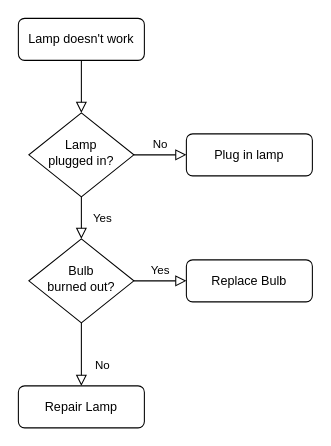
AzharBadri05/porto keeps this draw.io diagram as asset/Diagram Tanpa Judul.drawio. Above is the earlier version. Source tidied: cells renumbered, new cells numbered last; positions are measured from the earlier drawing's top-left corner, leaving out a move shared by most shapes. Both pictures are drawn from the tidied source at 105%, with x=0, y=0 at pixel (18, 18).
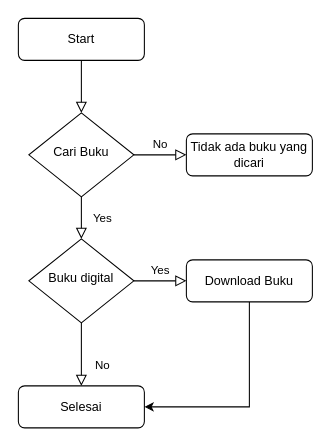
Above is the later version.

Change to the diagram source:
```diff
@@
 <mxGraphModel>
   <root>
     <mxCell id="0" />
     <mxCell id="1" parent="0" />
     <mxCell id="2" style="rounded=0;html=1;jettySize=auto;fontSize=11;endArrow=block;endFill=0;endSize=8;strokeWidth=1;shadow=0;labelBackgroundColor=none;edgeStyle=orthogonalEdgeStyle;" parent="1" edge="1" source="3" target="6">
       <mxGeometry relative="1" as="geometry" />
     </mxCell>
-    <mxCell id="3" value="Lamp doesn't work" style="rounded=1;whiteSpace=wrap;html=1;fontSize=12;glass=0;strokeWidth=1;shadow=0;" parent="1" vertex="1">
+    <mxCell id="3" value="Start" style="rounded=1;whiteSpace=wrap;html=1;fontSize=12;glass=0;strokeWidth=1;shadow=0;" parent="1" vertex="1">
       <mxGeometry width="120" height="40" as="geometry" />
     </mxCell>
     <mxCell id="4" value="Yes" style="rounded=0;html=1;jettySize=auto;fontSize=11;endArrow=block;endFill=0;endSize=8;strokeWidth=1;shadow=0;labelBackgroundColor=none;edgeStyle=orthogonalEdgeStyle;" parent="1" edge="1" source="6" target="10">
       <mxGeometry y="20" relative="1" as="geometry" />
     </mxCell>
     <mxCell id="5" value="No" style="edgeStyle=orthogonalEdgeStyle;rounded=0;html=1;jettySize=auto;fontSize=11;endArrow=block;endFill=0;endSize=8;strokeWidth=1;shadow=0;labelBackgroundColor=none;" parent="1" edge="1" source="6" target="7">
       <mxGeometry y="10" relative="1" as="geometry" />
     </mxCell>
-    <mxCell id="6" value="Lamp&lt;br&gt;plugged in?" style="rhombus;whiteSpace=wrap;html=1;shadow=0;fontFamily=Helvetica;fontSize=12;align=center;strokeWidth=1;spacing=6;spacingTop=-4;" parent="1" vertex="1">
+    <mxCell id="6" value="Cari Buku" style="rhombus;whiteSpace=wrap;html=1;shadow=0;fontFamily=Helvetica;fontSize=12;align=center;strokeWidth=1;spacing=6;spacingTop=-4;" parent="1" vertex="1">
       <mxGeometry x="10" y="90" width="100" height="80" as="geometry" />
     </mxCell>
-    <mxCell id="7" value="Plug in lamp" style="rounded=1;whiteSpace=wrap;html=1;fontSize=12;glass=0;strokeWidth=1;shadow=0;" parent="1" vertex="1">
+    <mxCell id="7" value="Tidak ada buku yang dicari" style="rounded=1;whiteSpace=wrap;html=1;fontSize=12;glass=0;strokeWidth=1;shadow=0;" parent="1" vertex="1">
       <mxGeometry x="160" y="110" width="120" height="40" as="geometry" />
     </mxCell>
     <mxCell id="8" value="No" style="rounded=0;html=1;jettySize=auto;fontSize=11;endArrow=block;endFill=0;endSize=8;strokeWidth=1;shadow=0;labelBackgroundColor=none;edgeStyle=orthogonalEdgeStyle;" parent="1" edge="1" source="10" target="11">
       <mxGeometry x="0.33" y="20" relative="1" as="geometry" />
     </mxCell>
     <mxCell id="9" value="Yes" style="edgeStyle=orthogonalEdgeStyle;rounded=0;html=1;jettySize=auto;fontSize=11;endArrow=block;endFill=0;endSize=8;strokeWidth=1;shadow=0;labelBackgroundColor=none;" parent="1" edge="1" source="10" target="12">
       <mxGeometry y="10" relative="1" as="geometry" />
     </mxCell>
-    <mxCell id="10" value="Bulb&lt;br&gt;burned out?" style="rhombus;whiteSpace=wrap;html=1;shadow=0;fontFamily=Helvetica;fontSize=12;align=center;strokeWidth=1;spacing=6;spacingTop=-4;" parent="1" vertex="1">
+    <mxCell id="10" value="Buku digital" style="rhombus;whiteSpace=wrap;html=1;shadow=0;fontFamily=Helvetica;fontSize=12;align=center;strokeWidth=1;spacing=6;spacingTop=-4;" parent="1" vertex="1">
       <mxGeometry x="10" y="210" width="100" height="80" as="geometry" />
     </mxCell>
-    <mxCell id="11" value="Repair Lamp" style="rounded=1;whiteSpace=wrap;html=1;fontSize=12;glass=0;strokeWidth=1;shadow=0;" parent="1" vertex="1">
+    <mxCell id="11" value="Selesai" style="rounded=1;whiteSpace=wrap;html=1;fontSize=12;glass=0;strokeWidth=1;shadow=0;" parent="1" vertex="1">
       <mxGeometry y="350" width="120" height="40" as="geometry" />
     </mxCell>
+    <mxCell id="13" style="edgeStyle=orthogonalEdgeStyle;rounded=0;jettySize=auto;html=1;exitX=0.5;exitY=1;exitDx=0;exitDy=0;entryX=1;entryY=0.5;entryDx=0;entryDy=0;" parent="1" edge="1" source="12" target="11">
+      <mxGeometry relative="1" as="geometry" />
+    </mxCell>
-    <mxCell id="12" value="Replace Bulb" style="rounded=1;whiteSpace=wrap;html=1;fontSize=12;glass=0;strokeWidth=1;shadow=0;" parent="1" vertex="1">
+    <mxCell id="12" value="Download Buku" style="rounded=1;whiteSpace=wrap;html=1;fontSize=12;glass=0;strokeWidth=1;shadow=0;" parent="1" vertex="1">
       <mxGeometry x="160" y="230" width="120" height="40" as="geometry" />
     </mxCell>
   </root>
 </mxGraphModel>
```
